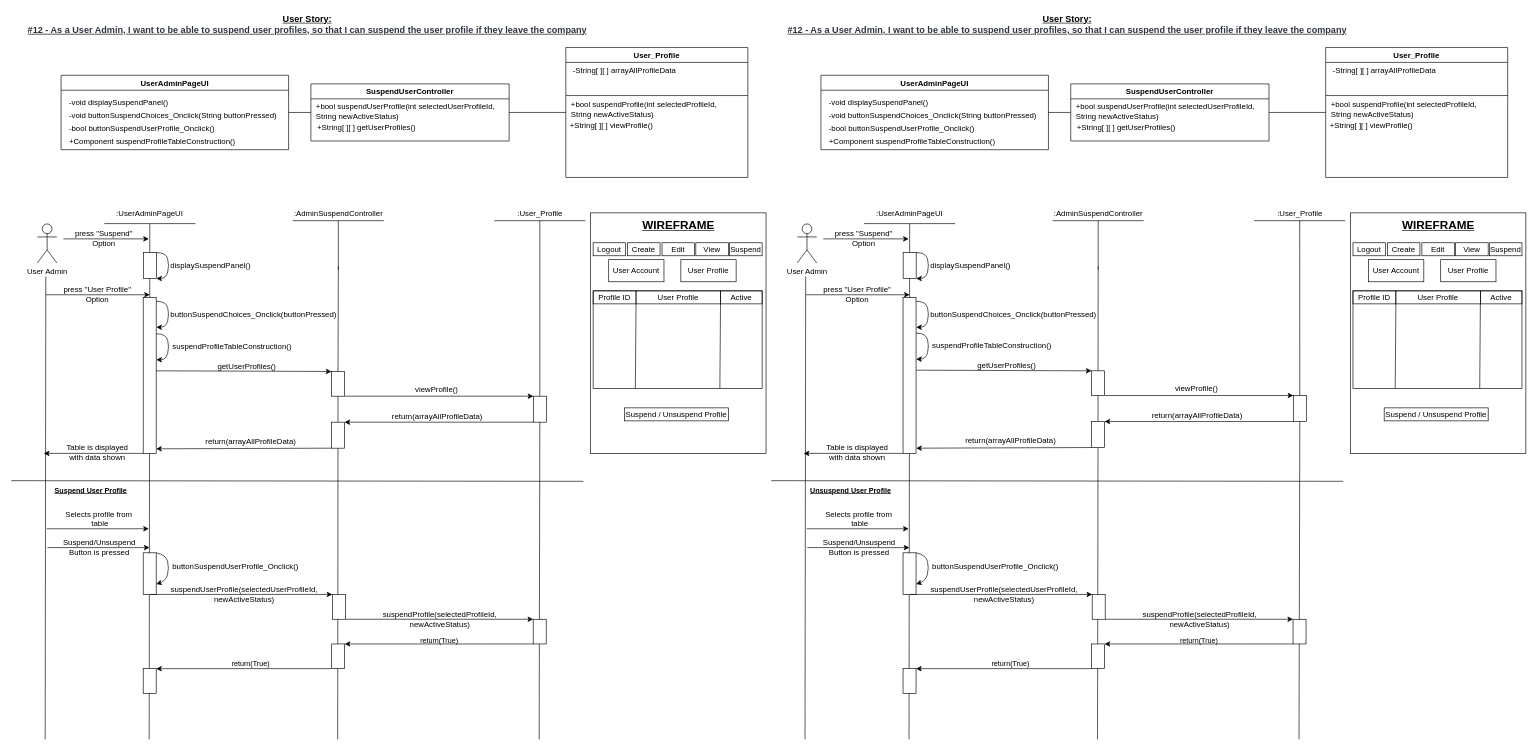
This is BCE_UML_and_Diagrams/UserAdmin/UserAdmin_SuspendProfile(UserStory_12)/UserStory_12_BCE_Sequence.drawio from extred5700/JAVAGUI-Restaurant-Table-Order-System, a draw.io file, before an edit. Source tidied: cells renumbered, new cells numbered last; positions are measured from the earlier drawing's top-left corner, leaving out a move shared by most shapes. Both pictures are drawn from the tidied source at 65%, with x=0, y=0 at pixel (11, 11).
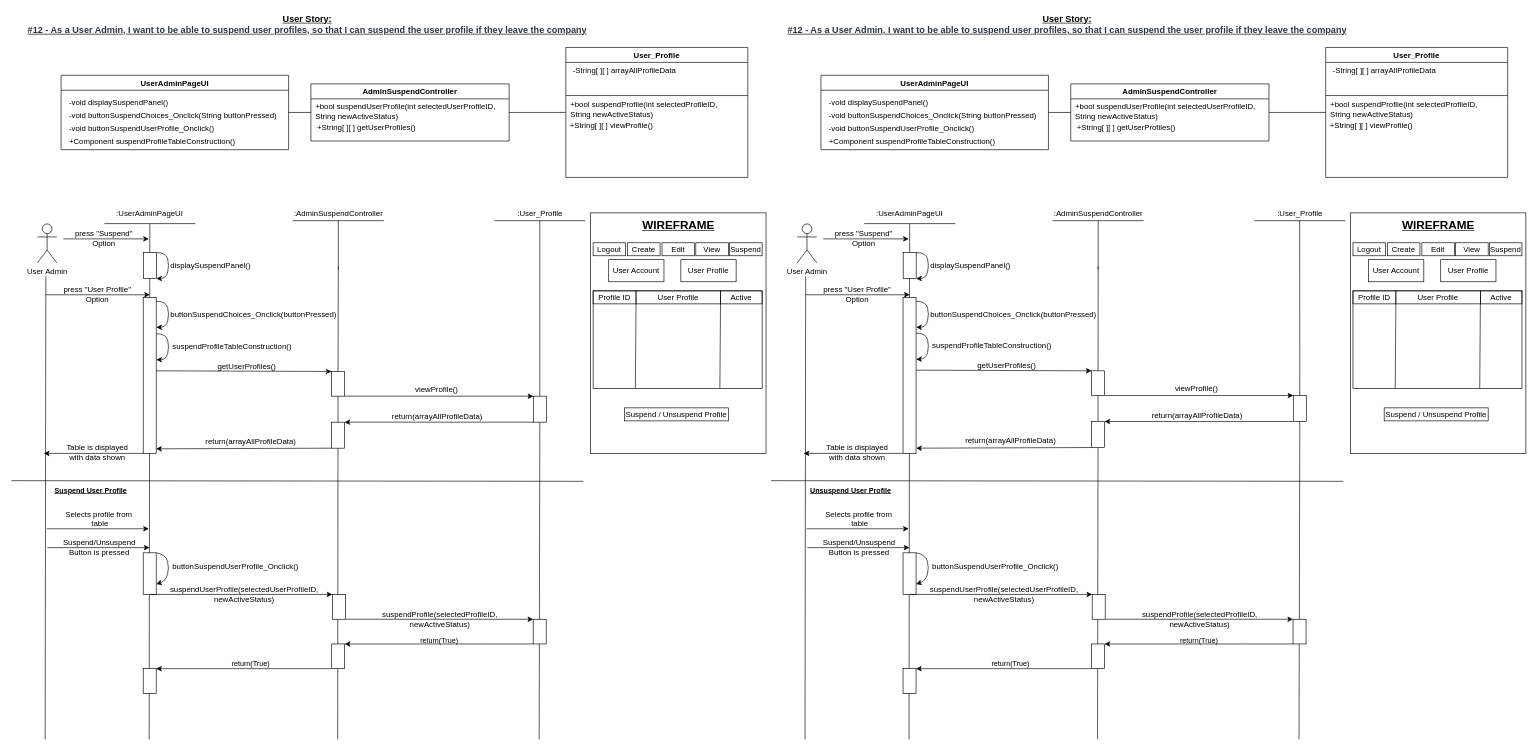
The same diagram, later.

The change refers to these unchanged cells:
```xml
<mxCell id="5" value="UserAdminPageUI" style="swimlane;" parent="1" vertex="1">
  <mxGeometry x="76.5" y="98.3" width="350" height="114.5" as="geometry" />
</mxCell>
<mxCell id="72" value="User_Profile" style="swimlane;" parent="1" vertex="1">
  <mxGeometry x="853" y="55.5" width="280" height="200" as="geometry" />
</mxCell>
<mxCell id="99" value="UserAdminPageUI" style="swimlane;" parent="1" vertex="1">
  <mxGeometry x="1245.5" y="98.3" width="350" height="114.5" as="geometry" />
</mxCell>
<mxCell id="166" value="User_Profile" style="swimlane;" parent="1" vertex="1">
  <mxGeometry x="2022" y="55.5" width="280" height="200" as="geometry" />
</mxCell>
```

What changed in the source:
```diff
@@
-    <mxCell id="7" value="-bool buttonSuspendUserProfile_Onclick()" style="text;html=1;align=left;verticalAlign=middle;strokeColor=none;fillColor=none;" parent="5" vertex="1">
+    <mxCell id="7" value="-void buttonSuspendUserProfile_Onclick()" style="text;html=1;align=left;verticalAlign=middle;strokeColor=none;fillColor=none;" parent="5" vertex="1">
       <mxGeometry x="10" y="71.7" width="240" height="20" as="geometry" />
     </mxCell>
@@
-    <mxCell id="10" value="SuspendUserController" style="swimlane;" parent="1" vertex="1">
+    <mxCell id="10" value="AdminSuspendController" style="swimlane;" parent="1" vertex="1">
       <mxGeometry x="460.8" y="111.6" width="305" height="87.8" as="geometry" />
     </mxCell>
-    <mxCell id="11" value="&lt;div style=&quot;text-align: left&quot;&gt;+bool suspendUserProfile(int selectedUserProfileId,&lt;/div&gt;&lt;div style=&quot;text-align: left&quot;&gt;String newActiveStatus)&lt;/div&gt;" style="text;html=1;align=center;verticalAlign=middle;strokeColor=none;fillColor=none;" parent="10" vertex="1">
+    <mxCell id="11" value="&lt;div style=&quot;text-align: left&quot;&gt;+bool suspendUserProfile(int selectedUserProfileID,&lt;/div&gt;&lt;div style=&quot;text-align: left&quot;&gt;String newActiveStatus)&lt;/div&gt;" style="text;html=1;align=center;verticalAlign=middle;strokeColor=none;fillColor=none;" parent="10" vertex="1">
       <mxGeometry y="27.8" width="290" height="30" as="geometry" />
     </mxCell>
@@
-    <mxCell id="34" value="suspendUserProfile(selectedUserProfileId,&lt;br&gt;newActiveStatus)" style="text;html=1;align=center;verticalAlign=middle;strokeColor=none;fillColor=none;" parent="1" vertex="1">
+    <mxCell id="34" value="suspendUserProfile(selectedUserProfileID,&lt;br&gt;newActiveStatus)" style="text;html=1;align=center;verticalAlign=middle;strokeColor=none;fillColor=none;" parent="1" vertex="1">
       <mxGeometry x="237.8" y="882" width="240" height="30" as="geometry" />
     </mxCell>
@@
-    <mxCell id="36" value="&lt;div style=&quot;font-size: 11px&quot;&gt;&lt;div style=&quot;font-size: 12px ; text-align: left&quot;&gt;suspendProfile(selectedProfileId,&lt;br&gt;&lt;/div&gt;&lt;div style=&quot;font-size: 12px&quot;&gt;newActiveStatus)&lt;/div&gt;&lt;/div&gt;" style="text;html=1;align=center;verticalAlign=middle;strokeColor=none;fillColor=none;" parent="1" vertex="1">
+    <mxCell id="36" value="&lt;div style=&quot;font-size: 11px&quot;&gt;&lt;div style=&quot;font-size: 12px ; text-align: left&quot;&gt;suspendProfile(selectedProfileID,&lt;br&gt;&lt;/div&gt;&lt;div style=&quot;font-size: 12px&quot;&gt;newActiveStatus)&lt;/div&gt;&lt;/div&gt;" style="text;html=1;align=center;verticalAlign=middle;strokeColor=none;fillColor=none;" parent="1" vertex="1">
       <mxGeometry x="563.8" y="920" width="190" height="30" as="geometry" />
     </mxCell>
@@
-    <mxCell id="74" value="&lt;div style=&quot;text-align: left&quot;&gt;+bool suspendProfile(int selectedProfileId,&lt;/div&gt;&lt;div style=&quot;text-align: left&quot;&gt;String newActiveStatus)&lt;/div&gt;" style="text;html=1;align=center;verticalAlign=middle;strokeColor=none;fillColor=none;" parent="72" vertex="1">
+    <mxCell id="74" value="&lt;div style=&quot;text-align: left&quot;&gt;+bool suspendProfile(int selectedProfileID,&lt;/div&gt;&lt;div style=&quot;text-align: left&quot;&gt;String newActiveStatus)&lt;/div&gt;" style="text;html=1;align=center;verticalAlign=middle;strokeColor=none;fillColor=none;" parent="72" vertex="1">
       <mxGeometry y="80" width="240" height="30" as="geometry" />
     </mxCell>
@@
-    <mxCell id="101" value="-bool buttonSuspendUserProfile_Onclick()" style="text;html=1;align=left;verticalAlign=middle;strokeColor=none;fillColor=none;" parent="99" vertex="1">
+    <mxCell id="101" value="-void buttonSuspendUserProfile_Onclick()" style="text;html=1;align=left;verticalAlign=middle;strokeColor=none;fillColor=none;" parent="99" vertex="1">
       <mxGeometry x="10" y="71.7" width="240" height="20" as="geometry" />
     </mxCell>
@@
-    <mxCell id="104" value="SuspendUserController" style="swimlane;" parent="1" vertex="1">
+    <mxCell id="104" value="AdminSuspendController" style="swimlane;" parent="1" vertex="1">
       <mxGeometry x="1629.8" y="111.6" width="305" height="87.8" as="geometry" />
     </mxCell>
-    <mxCell id="105" value="&lt;div style=&quot;text-align: left&quot;&gt;+bool suspendUserProfile(int selectedUserProfileId,&lt;/div&gt;&lt;div style=&quot;text-align: left&quot;&gt;String newActiveStatus)&lt;/div&gt;" style="text;html=1;align=center;verticalAlign=middle;strokeColor=none;fillColor=none;" parent="104" vertex="1">
+    <mxCell id="105" value="&lt;div style=&quot;text-align: left&quot;&gt;+bool suspendUserProfile(int selectedUserProfileID,&lt;/div&gt;&lt;div style=&quot;text-align: left&quot;&gt;String newActiveStatus)&lt;/div&gt;" style="text;html=1;align=center;verticalAlign=middle;strokeColor=none;fillColor=none;" parent="104" vertex="1">
       <mxGeometry y="27.8" width="290" height="30" as="geometry" />
     </mxCell>
@@
-    <mxCell id="128" value="suspendUserProfile(selectedUserProfileId,&lt;br&gt;newActiveStatus)" style="text;html=1;align=center;verticalAlign=middle;strokeColor=none;fillColor=none;" parent="1" vertex="1">
+    <mxCell id="128" value="suspendUserProfile(selectedUserProfileID,&lt;br&gt;newActiveStatus)" style="text;html=1;align=center;verticalAlign=middle;strokeColor=none;fillColor=none;" parent="1" vertex="1">
       <mxGeometry x="1406.8" y="882" width="240" height="30" as="geometry" />
     </mxCell>
@@
-    <mxCell id="130" value="&lt;div style=&quot;font-size: 11px&quot;&gt;&lt;div style=&quot;font-size: 12px ; text-align: left&quot;&gt;suspendProfile(selectedProfileId,&lt;br&gt;&lt;/div&gt;&lt;div style=&quot;font-size: 12px&quot;&gt;newActiveStatus)&lt;/div&gt;&lt;/div&gt;" style="text;html=1;align=center;verticalAlign=middle;strokeColor=none;fillColor=none;" parent="1" vertex="1">
+    <mxCell id="130" value="&lt;div style=&quot;font-size: 11px&quot;&gt;&lt;div style=&quot;font-size: 12px ; text-align: left&quot;&gt;suspendProfile(selectedProfileID,&lt;br&gt;&lt;/div&gt;&lt;div style=&quot;font-size: 12px&quot;&gt;newActiveStatus)&lt;/div&gt;&lt;/div&gt;" style="text;html=1;align=center;verticalAlign=middle;strokeColor=none;fillColor=none;" parent="1" vertex="1">
       <mxGeometry x="1732.8" y="920" width="190" height="30" as="geometry" />
     </mxCell>
@@
-    <mxCell id="168" value="&lt;div style=&quot;text-align: left&quot;&gt;+bool suspendProfile(int selectedProfileId,&lt;/div&gt;&lt;div style=&quot;text-align: left&quot;&gt;String newActiveStatus)&lt;/div&gt;" style="text;html=1;align=center;verticalAlign=middle;strokeColor=none;fillColor=none;" parent="166" vertex="1">
+    <mxCell id="168" value="&lt;div style=&quot;text-align: left&quot;&gt;+bool suspendProfile(int selectedProfileID,&lt;/div&gt;&lt;div style=&quot;text-align: left&quot;&gt;String newActiveStatus)&lt;/div&gt;" style="text;html=1;align=center;verticalAlign=middle;strokeColor=none;fillColor=none;" parent="166" vertex="1">
       <mxGeometry y="80" width="240" height="30" as="geometry" />
     </mxCell>
```
